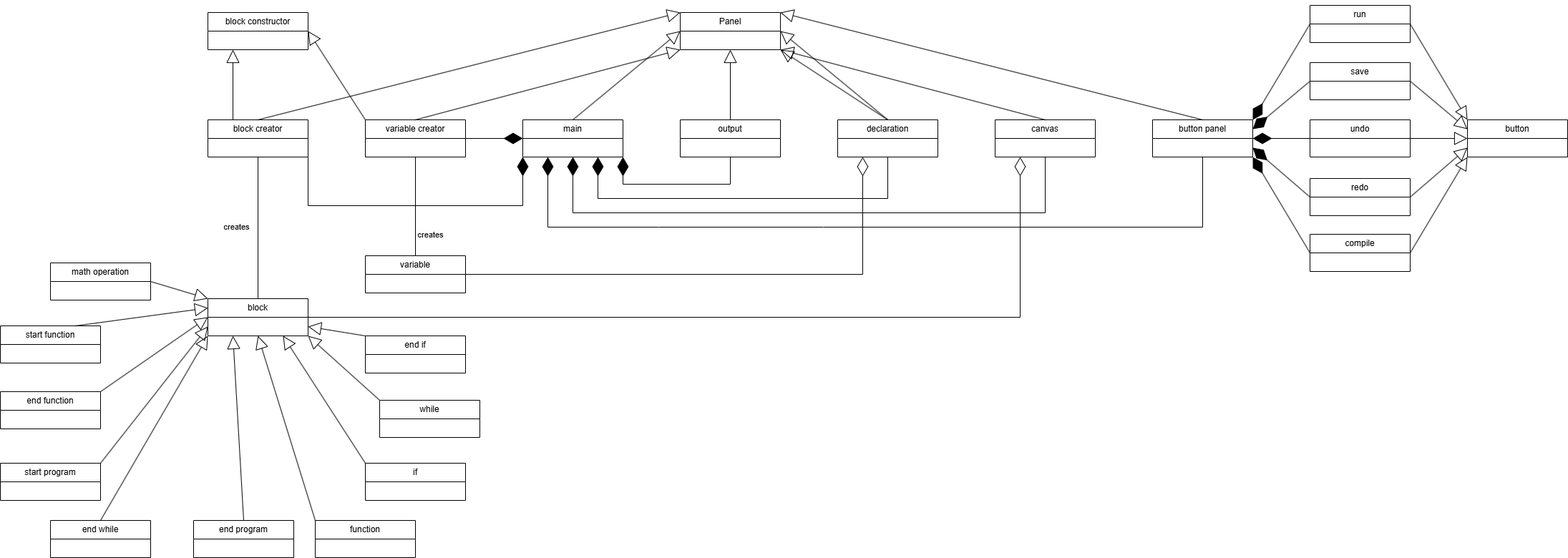
Earlier version of the draw.io export domain_diagram.png (VasilisMichanetzis/Software-engineering-project-2025). Source tidied: cells renumbered, new cells last; positions are measured from the earlier drawing's top-left corner, leaving out a move shared by most shapes.
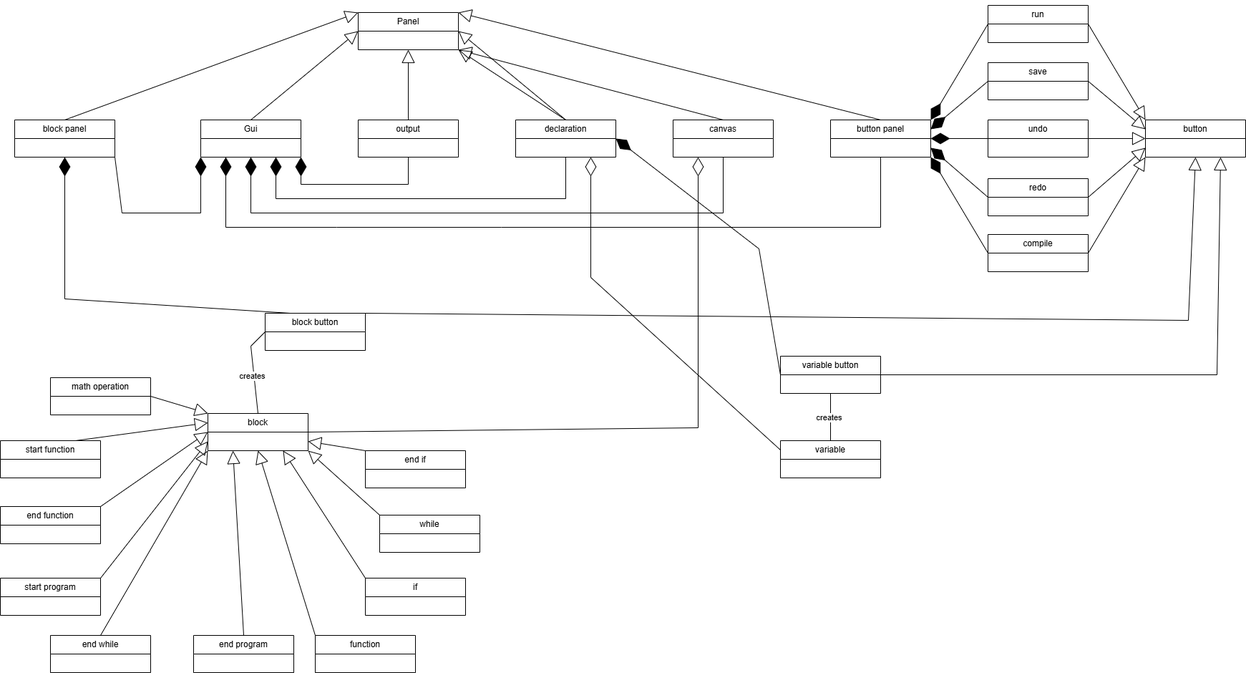
Later version of the same file.

Change to the diagram source:
```diff
@@ -5,7 +5,7 @@
     <mxCell id="2" value="Panel" style="swimlane;fontStyle=0;horizontal=1;startSize=26;fillColor=none;whiteSpace=wrap;html=1;labelBackgroundColor=none;" parent="1" vertex="1">
       <mxGeometry x="950" y="10" width="140" height="52" as="geometry" />
     </mxCell>
-    <mxCell id="3" value="main" style="swimlane;fontStyle=0;horizontal=1;startSize=26;fillColor=none;whiteSpace=wrap;html=1;labelBackgroundColor=none;" parent="1" vertex="1">
+    <mxCell id="3" value="Gui" style="swimlane;fontStyle=0;horizontal=1;startSize=26;fillColor=none;whiteSpace=wrap;html=1;labelBackgroundColor=none;" parent="1" vertex="1">
       <mxGeometry x="730" y="160" width="140" height="52" as="geometry" />
     </mxCell>
     <mxCell id="4" value="output" style="swimlane;fontStyle=0;horizontal=1;startSize=26;fillColor=none;whiteSpace=wrap;html=1;labelBackgroundColor=none;" parent="1" vertex="1">
@@ -117,8 +117,8 @@
         </Array>
       </mxGeometry>
     </mxCell>
-    <mxCell id="33" value="block creator" style="swimlane;fontStyle=0;horizontal=1;startSize=26;fillColor=none;whiteSpace=wrap;html=1;labelBackgroundColor=none;" parent="1" vertex="1">
-      <mxGeometry x="290" y="160" width="140" height="52" as="geometry" />
+    <mxCell id="33" value="block panel" style="swimlane;fontStyle=0;horizontal=1;startSize=26;fillColor=none;whiteSpace=wrap;html=1;labelBackgroundColor=none;" parent="1" vertex="1">
+      <mxGeometry x="470" y="160" width="140" height="52" as="geometry" />
     </mxCell>
     <mxCell id="34" style="endArrow=block;endSize=16;endFill=0;html=1;rounded=0;exitX=0.5;exitY=0;exitDx=0;exitDy=0;entryX=0;entryY=0;entryDx=0;entryDy=0;labelBackgroundColor=none;fontColor=default;" parent="1" edge="1" source="33" target="2">
       <mxGeometry relative="1" as="geometry" />
@@ -126,20 +126,13 @@
     <mxCell id="35" style="endArrow=diamondThin;endFill=1;endSize=24;html=1;rounded=0;entryX=0;entryY=1;entryDx=0;entryDy=0;exitX=1;exitY=1;exitDx=0;exitDy=0;labelBackgroundColor=none;fontColor=default;" parent="1" edge="1" source="33" target="3">
       <mxGeometry relative="1" as="geometry">
         <Array as="points">
-          <mxPoint x="430" y="280" />
-          <mxPoint x="580" y="280" />
-          <mxPoint x="730" y="280" />
+          <mxPoint x="620" y="290" />
+          <mxPoint x="730" y="290" />
         </Array>
       </mxGeometry>
     </mxCell>
-    <mxCell id="36" value="variable creator" style="swimlane;fontStyle=0;horizontal=1;startSize=26;fillColor=none;whiteSpace=wrap;html=1;labelBackgroundColor=none;" parent="1" vertex="1">
-      <mxGeometry x="510" y="160" width="140" height="52" as="geometry" />
-    </mxCell>
-    <mxCell id="37" style="endArrow=block;endSize=16;endFill=0;html=1;rounded=0;exitX=0.5;exitY=0;exitDx=0;exitDy=0;entryX=0;entryY=1;entryDx=0;entryDy=0;labelBackgroundColor=none;fontColor=default;" parent="1" edge="1" source="36" target="2">
-      <mxGeometry relative="1" as="geometry" />
-    </mxCell>
-    <mxCell id="38" value="block constructor" style="swimlane;fontStyle=0;horizontal=1;startSize=26;fillColor=none;whiteSpace=wrap;html=1;labelBackgroundColor=none;" parent="1" vertex="1">
-      <mxGeometry x="290" y="10" width="140" height="52" as="geometry" />
+    <mxCell id="38" value="block button" style="swimlane;fontStyle=0;horizontal=1;startSize=26;fillColor=none;whiteSpace=wrap;html=1;labelBackgroundColor=none;" parent="1" vertex="1">
+      <mxGeometry x="820" y="430" width="140" height="52" as="geometry" />
     </mxCell>
     <mxCell id="39" style="endArrow=block;endSize=16;endFill=0;html=1;rounded=0;exitX=0.5;exitY=0;exitDx=0;exitDy=0;entryX=1;entryY=1;entryDx=0;entryDy=0;labelBackgroundColor=none;fontColor=default;" parent="1" edge="1">
       <mxGeometry relative="1" as="geometry">
@@ -147,75 +140,48 @@
         <mxPoint x="1090" y="62" as="targetPoint" />
       </mxGeometry>
     </mxCell>
-    <mxCell id="40" style="endArrow=block;endSize=16;endFill=0;html=1;rounded=0;exitX=0;exitY=0;exitDx=0;exitDy=0;entryX=1;entryY=0.5;entryDx=0;entryDy=0;labelBackgroundColor=none;fontColor=default;" parent="1" edge="1" source="36" target="38">
-      <mxGeometry relative="1" as="geometry" />
-    </mxCell>
-    <mxCell id="41" style="endArrow=block;endSize=16;endFill=0;html=1;rounded=0;exitX=0.25;exitY=0;exitDx=0;exitDy=0;entryX=0.25;entryY=1;entryDx=0;entryDy=0;labelBackgroundColor=none;fontColor=default;" parent="1" edge="1" source="33" target="38">
-      <mxGeometry relative="1" as="geometry" />
-    </mxCell>
-    <mxCell id="42" style="endArrow=diamondThin;endFill=1;endSize=24;html=1;rounded=0;entryX=0;entryY=0.5;entryDx=0;entryDy=0;exitX=1;exitY=0.5;exitDx=0;exitDy=0;labelBackgroundColor=none;fontColor=default;" parent="1" edge="1" source="36" target="3">
-      <mxGeometry relative="1" as="geometry" />
-    </mxCell>
     <mxCell id="43" value="block" style="swimlane;fontStyle=0;horizontal=1;startSize=26;fillColor=none;whiteSpace=wrap;html=1;labelBackgroundColor=none;" parent="1" vertex="1">
-      <mxGeometry x="290" y="410" width="140" height="52" as="geometry" />
+      <mxGeometry x="740" y="570" width="140" height="52" as="geometry" />
     </mxCell>
-    <mxCell id="44" value="creates" style="endArrow=none;html=1;rounded=0;entryX=0.5;entryY=1;entryDx=0;entryDy=0;exitX=0.5;exitY=0;exitDx=0;exitDy=0;" parent="1" edge="1" source="43" target="33">
-      <mxGeometry x="0.01" y="30" relative="1" as="geometry" />
-    </mxCell>
-    <mxCell id="45" value="variable" style="swimlane;fontStyle=0;horizontal=1;startSize=26;fillColor=none;whiteSpace=wrap;html=1;labelBackgroundColor=none;" parent="1" vertex="1">
-      <mxGeometry x="510" y="350" width="140" height="52" as="geometry" />
+    <mxCell id="45" value="variable" style="swimlane;fontStyle=0;horizontal=1;startSize=26;fillColor=none;whiteSpace=wrap;html=1;labelBackgroundColor=none;direction=east;" parent="1" vertex="1">
+      <mxGeometry x="1540" y="608" width="140" height="52" as="geometry" />
     </mxCell>
-    <mxCell id="46" style="endArrow=none;html=1;rounded=0;exitX=0.5;exitY=0;exitDx=0;exitDy=0;entryX=0.5;entryY=1;entryDx=0;entryDy=0;" parent="1" edge="1" source="45" target="36">
-      <mxGeometry relative="1" as="geometry" />
-    </mxCell>
-    <mxCell id="47" value="creates" style="edgeLabel;html=1;align=center;verticalAlign=middle;" parent="46" vertex="1">
-      <mxGeometry x="-0.49" y="-2" relative="1" as="geometry">
-        <mxPoint x="18" y="5" as="offset" />
-      </mxGeometry>
-    </mxCell>
-    <mxCell id="48" style="endArrow=diamondThin;endFill=0;endSize=24;html=1;rounded=0;entryX=0.25;entryY=1;entryDx=0;entryDy=0;exitX=1;exitY=0.5;exitDx=0;exitDy=0;" parent="1" edge="1" source="45" target="6">
-      <mxGeometry relative="1" as="geometry">
-        <Array as="points">
-          <mxPoint x="1205" y="376" />
-        </Array>
-      </mxGeometry>
-    </mxCell>
     <mxCell id="49" style="endArrow=diamondThin;endFill=0;endSize=24;html=1;rounded=0;exitX=1;exitY=0.5;exitDx=0;exitDy=0;entryX=0.25;entryY=1;entryDx=0;entryDy=0;" parent="1" edge="1" source="43" target="5">
       <mxGeometry relative="1" as="geometry">
         <Array as="points">
-          <mxPoint x="1425" y="436" />
+          <mxPoint x="1425" y="590" />
         </Array>
       </mxGeometry>
     </mxCell>
     <mxCell id="50" value="end function" style="swimlane;fontStyle=0;horizontal=1;startSize=26;fillColor=none;whiteSpace=wrap;html=1;labelBackgroundColor=none;" parent="1" vertex="1">
-      <mxGeometry y="540" width="140" height="52" as="geometry" />
+      <mxGeometry x="450" y="700" width="140" height="52" as="geometry" />
     </mxCell>
     <mxCell id="51" value="end while" style="swimlane;fontStyle=0;horizontal=1;startSize=26;fillColor=none;whiteSpace=wrap;html=1;labelBackgroundColor=none;" parent="1" vertex="1">
-      <mxGeometry x="70" y="720" width="140" height="52" as="geometry" />
+      <mxGeometry x="520" y="880" width="140" height="52" as="geometry" />
     </mxCell>
     <mxCell id="52" value="start function" style="swimlane;fontStyle=0;horizontal=1;startSize=26;fillColor=none;whiteSpace=wrap;html=1;labelBackgroundColor=none;" parent="1" vertex="1">
-      <mxGeometry y="448" width="140" height="52" as="geometry" />
+      <mxGeometry x="450" y="608" width="140" height="52" as="geometry" />
     </mxCell>
     <mxCell id="53" value="while" style="swimlane;fontStyle=0;horizontal=1;startSize=26;fillColor=none;whiteSpace=wrap;html=1;labelBackgroundColor=none;" parent="1" vertex="1">
-      <mxGeometry x="530" y="552" width="140" height="52" as="geometry" />
+      <mxGeometry x="980" y="712" width="140" height="52" as="geometry" />
     </mxCell>
     <mxCell id="54" value="function" style="swimlane;fontStyle=0;horizontal=1;startSize=26;fillColor=none;whiteSpace=wrap;html=1;labelBackgroundColor=none;" parent="1" vertex="1">
-      <mxGeometry x="440" y="720" width="140" height="52" as="geometry" />
+      <mxGeometry x="890" y="880" width="140" height="52" as="geometry" />
     </mxCell>
     <mxCell id="55" value="math operation" style="swimlane;fontStyle=0;horizontal=1;startSize=26;fillColor=none;whiteSpace=wrap;html=1;labelBackgroundColor=none;" parent="1" vertex="1">
-      <mxGeometry x="70" y="360" width="140" height="52" as="geometry" />
+      <mxGeometry x="520" y="520" width="140" height="52" as="geometry" />
     </mxCell>
     <mxCell id="56" value="end program" style="swimlane;fontStyle=0;horizontal=1;startSize=26;fillColor=none;whiteSpace=wrap;html=1;labelBackgroundColor=none;" parent="1" vertex="1">
-      <mxGeometry x="270" y="720" width="140" height="52" as="geometry" />
+      <mxGeometry x="720" y="880" width="140" height="52" as="geometry" />
     </mxCell>
     <mxCell id="57" value="end if" style="swimlane;fontStyle=0;horizontal=1;startSize=26;fillColor=none;whiteSpace=wrap;html=1;labelBackgroundColor=none;" parent="1" vertex="1">
-      <mxGeometry x="510" y="462" width="140" height="52" as="geometry" />
+      <mxGeometry x="960" y="622" width="140" height="52" as="geometry" />
     </mxCell>
     <mxCell id="58" value="start program" style="swimlane;fontStyle=0;horizontal=1;startSize=26;fillColor=none;whiteSpace=wrap;html=1;labelBackgroundColor=none;" parent="1" vertex="1">
-      <mxGeometry y="640" width="140" height="52" as="geometry" />
+      <mxGeometry x="450" y="800" width="140" height="52" as="geometry" />
     </mxCell>
     <mxCell id="59" value="if" style="swimlane;fontStyle=0;horizontal=1;startSize=26;fillColor=none;whiteSpace=wrap;html=1;labelBackgroundColor=none;" parent="1" vertex="1">
-      <mxGeometry x="510" y="640" width="140" height="52" as="geometry" />
+      <mxGeometry x="960" y="800" width="140" height="52" as="geometry" />
     </mxCell>
     <mxCell id="60" style="endArrow=block;endSize=16;endFill=0;html=1;rounded=0;exitX=1;exitY=0.5;exitDx=0;exitDy=0;entryX=0;entryY=0;entryDx=0;entryDy=0;labelBackgroundColor=none;fontColor=default;" parent="1" edge="1" source="55" target="43">
       <mxGeometry relative="1" as="geometry" />
@@ -247,5 +213,61 @@
     <mxCell id="69" style="endArrow=block;endSize=16;endFill=0;html=1;rounded=0;exitX=0;exitY=0;exitDx=0;exitDy=0;entryX=1;entryY=0.75;entryDx=0;entryDy=0;labelBackgroundColor=none;fontColor=default;" parent="1" edge="1" source="57" target="43">
       <mxGeometry relative="1" as="geometry" />
     </mxCell>
+    <mxCell id="70" style="endArrow=diamondThin;endFill=1;endSize=24;html=1;rounded=0;labelBackgroundColor=none;fontColor=default;exitX=0.25;exitY=0;exitDx=0;exitDy=0;entryX=0.5;entryY=1;entryDx=0;entryDy=0;" parent="1" edge="1" source="38" target="33">
+      <mxGeometry relative="1" as="geometry">
+        <Array as="points">
+          <mxPoint x="540" y="410" />
+        </Array>
+      </mxGeometry>
+    </mxCell>
+    <mxCell id="71" style="endArrow=none;html=1;rounded=0;exitX=0.5;exitY=0;exitDx=0;exitDy=0;entryX=0;entryY=0.5;entryDx=0;entryDy=0;" parent="1" edge="1" source="43" target="38">
+      <mxGeometry relative="1" as="geometry">
+        <Array as="points">
+          <mxPoint x="800" y="476" />
+        </Array>
+      </mxGeometry>
+    </mxCell>
+    <mxCell id="72" value="creates" style="edgeLabel;html=1;align=center;verticalAlign=middle;" parent="71" vertex="1">
+      <mxGeometry x="-0.13" y="3" relative="1" as="geometry" />
+    </mxCell>
+    <mxCell id="73" style="endArrow=block;endSize=16;endFill=0;html=1;rounded=0;exitX=1;exitY=0;exitDx=0;exitDy=0;entryX=0.5;entryY=1;entryDx=0;entryDy=0;labelBackgroundColor=none;fontColor=default;" parent="1" edge="1" source="38" target="13">
+      <mxGeometry relative="1" as="geometry">
+        <Array as="points">
+          <mxPoint x="2110" y="440" />
+        </Array>
+      </mxGeometry>
+    </mxCell>
+    <mxCell id="48" style="endArrow=diamondThin;endFill=0;endSize=24;html=1;rounded=0;exitX=0;exitY=0.25;exitDx=0;exitDy=0;entryX=0.75;entryY=1;entryDx=0;entryDy=0;" parent="1" edge="1" source="45" target="6">
+      <mxGeometry relative="1" as="geometry">
+        <Array as="points">
+          <mxPoint x="1275" y="380" />
+        </Array>
+      </mxGeometry>
+    </mxCell>
+    <mxCell id="74" value="variable button" style="swimlane;fontStyle=0;horizontal=1;startSize=26;fillColor=none;whiteSpace=wrap;html=1;labelBackgroundColor=none;" parent="1" vertex="1">
+      <mxGeometry x="1540" y="490" width="140" height="52" as="geometry" />
+    </mxCell>
+    <mxCell id="75" style="endArrow=none;html=1;rounded=0;entryX=0.5;entryY=1;entryDx=0;entryDy=0;exitX=0.5;exitY=0;exitDx=0;exitDy=0;" parent="1" edge="1" source="45" target="74">
+      <mxGeometry relative="1" as="geometry" />
+    </mxCell>
+    <mxCell id="76" value="creates" style="edgeLabel;html=1;align=center;verticalAlign=middle;" parent="75" vertex="1">
+      <mxGeometry x="-0.01" y="3" relative="1" as="geometry">
+        <mxPoint y="1" as="offset" />
+      </mxGeometry>
+    </mxCell>
+    <mxCell id="77" style="endArrow=block;endSize=16;endFill=0;html=1;rounded=0;exitX=1;exitY=0.5;exitDx=0;exitDy=0;labelBackgroundColor=none;fontColor=default;entryX=0.75;entryY=1;entryDx=0;entryDy=0;" parent="1" edge="1" source="74" target="13">
+      <mxGeometry relative="1" as="geometry">
+        <Array as="points">
+          <mxPoint x="2150" y="516" />
+        </Array>
+      </mxGeometry>
+    </mxCell>
+    <mxCell id="78" style="endArrow=diamondThin;endFill=1;endSize=24;html=1;rounded=0;labelBackgroundColor=none;fontColor=default;exitX=0;exitY=0.5;exitDx=0;exitDy=0;entryX=1;entryY=0.5;entryDx=0;entryDy=0;" parent="1" edge="1" source="74" target="6">
+      <mxGeometry relative="1" as="geometry">
+        <Array as="points">
+          <mxPoint x="1510" y="340" />
+        </Array>
+      </mxGeometry>
+    </mxCell>
   </root>
 </mxGraphModel>
```
